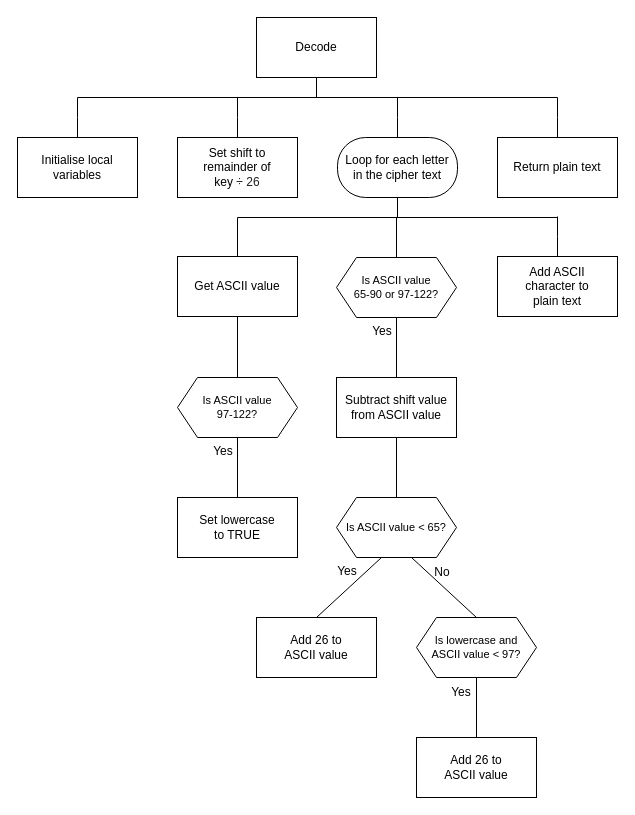
MrFriendCS/MrFriendCS.github.io keeps this draw.io diagram as page "sd2" (2 of 4) of higher/H-SDD-Caesar-Cipher/assets/H SDD Caesar Cipher.drawio. Above is the earlier version. Source tidied: cells renumbered, new cells numbered last; positions are measured from the earlier drawing's top-left corner, leaving out a move shared by most shapes. Both pictures are drawn from the tidied source at 100%, with x=0, y=0 at pixel (17, 17).
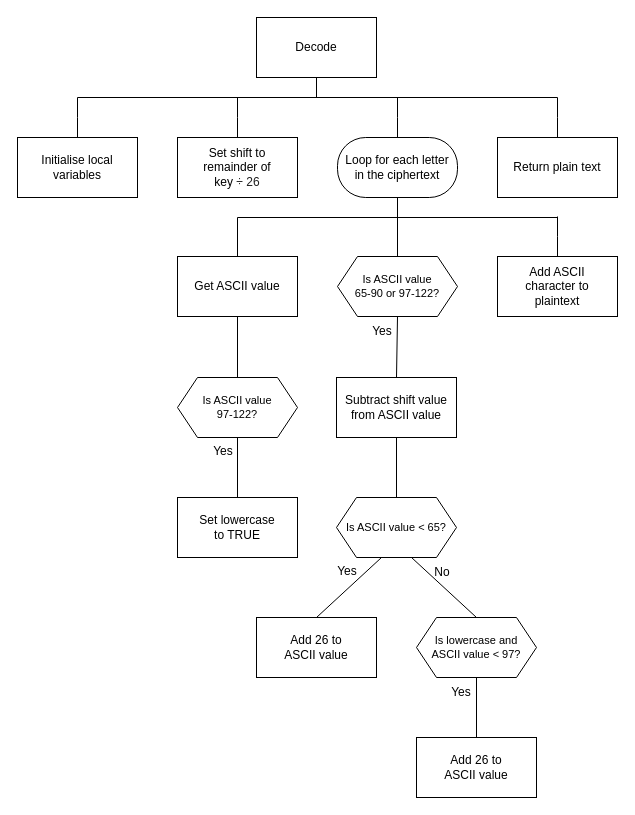
The same diagram, later.

Change to the diagram source:
```diff
@@
-    <mxCell id="8" value="Loop for each letter&lt;br&gt;in the cipher text" style="rounded=1;whiteSpace=wrap;html=1;arcSize=47;" parent="1" vertex="1">
+    <mxCell id="8" value="Loop for each letter&lt;br&gt;in the ciphertext" style="rounded=1;whiteSpace=wrap;html=1;arcSize=47;" parent="1" vertex="1">
       <mxGeometry x="320" y="120" width="120" height="60" as="geometry" />
     </mxCell>
@@
     <mxCell id="13" style="edgeStyle=none;shape=connector;rounded=0;jettySize=auto;html=1;exitX=0.5;exitY=0;exitDx=0;exitDy=0;strokeColor=default;align=center;verticalAlign=middle;fontFamily=Helvetica;fontSize=11;fontColor=default;labelBackgroundColor=default;endArrow=none;endFill=0;" parent="1" edge="1" source="14">
       <mxGeometry relative="1" as="geometry">
-        <mxPoint x="379" y="200" as="targetPoint" />
+        <mxPoint x="380" y="200" as="targetPoint" />
       </mxGeometry>
     </mxCell>
     <mxCell id="14" value="Is ASCII value&lt;br&gt;65-90 or 97-122?" style="shape=hexagon;perimeter=hexagonPerimeter2;whiteSpace=wrap;html=1;fixedSize=1;fontFamily=Helvetica;fontSize=11;fontColor=default;" parent="1" vertex="1">
-      <mxGeometry x="319" y="240" width="120" height="60" as="geometry" />
+      <mxGeometry x="320" y="239" width="120" height="60" as="geometry" />
     </mxCell>
@@
-    <mxCell id="18" value="&lt;font face=&quot;Helvetica&quot;&gt;&lt;span style=&quot;font-size: 12px;&quot;&gt;Add ASCII &lt;br&gt;character to&lt;br&gt;plain text&lt;/span&gt;&lt;/font&gt;" style="rounded=0;whiteSpace=wrap;html=1;fontFamily=Lucida Console;fontSize=12;fontColor=default;" parent="1" vertex="1">
+    <mxCell id="18" value="&lt;font face=&quot;Helvetica&quot;&gt;&lt;span style=&quot;font-size: 12px;&quot;&gt;Add ASCII &lt;br&gt;character to&lt;br&gt;plaintext&lt;/span&gt;&lt;/font&gt;" style="rounded=0;whiteSpace=wrap;html=1;fontFamily=Lucida Console;fontSize=12;fontColor=default;" parent="1" vertex="1">
       <mxGeometry x="480" y="239" width="120" height="60" as="geometry" />
     </mxCell>
```
